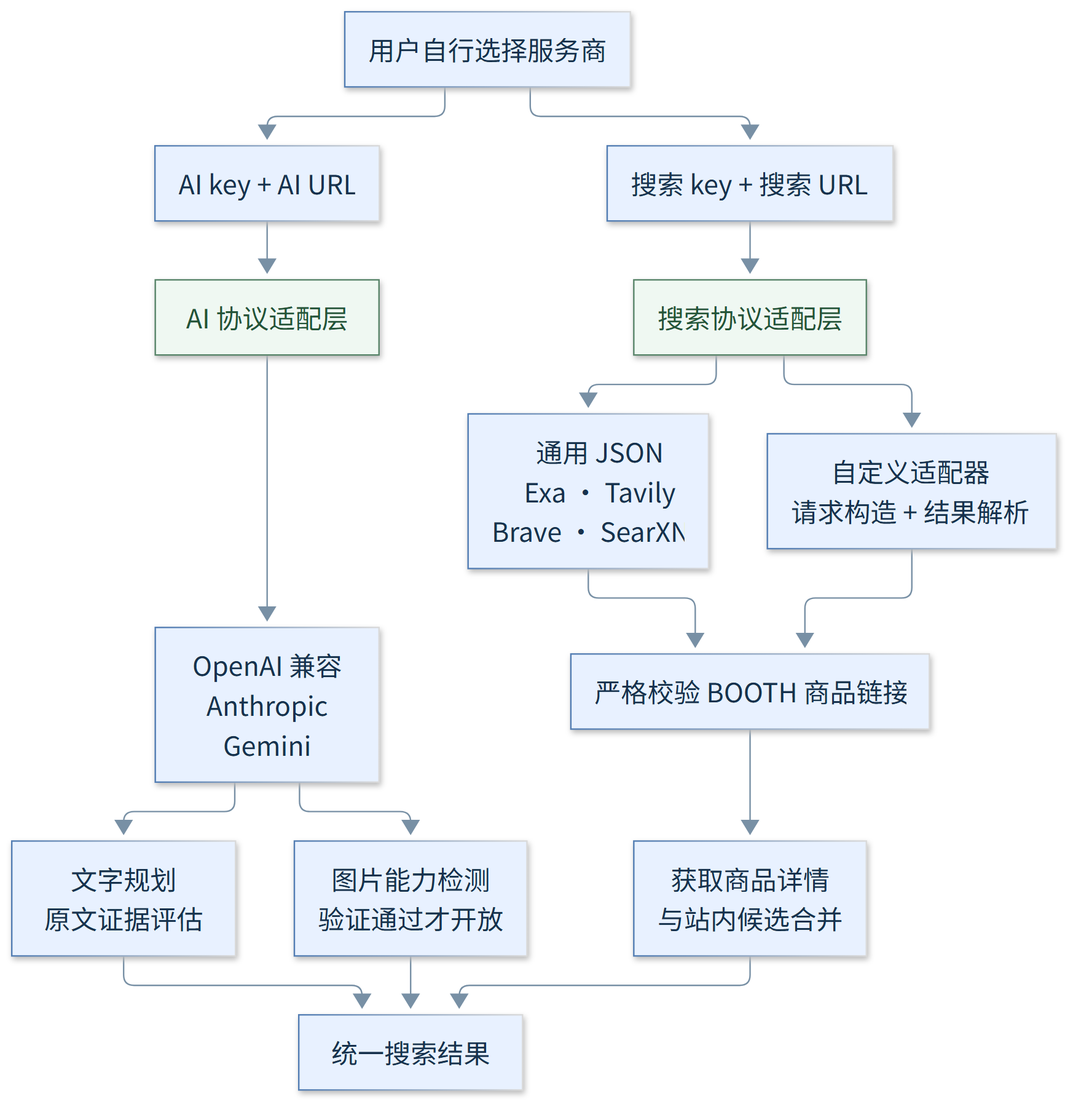
The Mermaid diagram docs/images/provider-interfaces.png in wuhutakeoffyoo/booth-cli, before a commit. Its source is kept beside it as docs/diagrams/provider-interfaces.mmd.
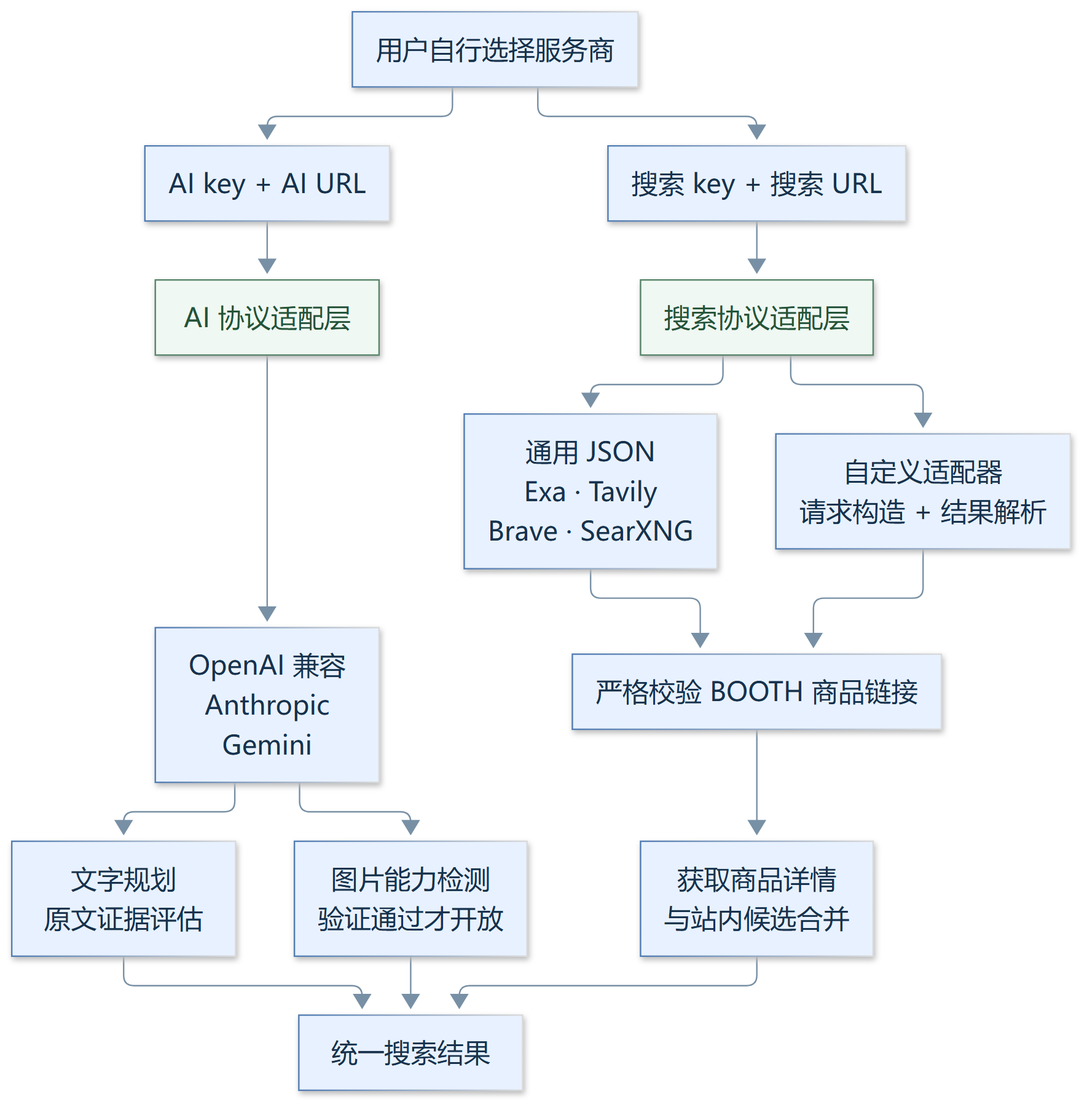
Above is the later version.

Change to the diagram source:
```diff
@@ -1,4 +1,4 @@
-%%{init: {"markdownAutoWrap":false,"theme":"base","themeVariables":{"fontFamily":"Noto Sans CJK SC, Microsoft YaHei, sans-serif","fontSize":"18px","primaryColor":"#e8f1ff","primaryBorderColor":"#527db3","primaryTextColor":"#17324d","lineColor":"#7890a5","secondaryColor":"#eff8f2","tertiaryColor":"#fff6e6"},"flowchart":{"curve":"basis","wrappingWidth":400,"nodeSpacing":35,"rankSpacing":45}}}%%
+%%{init: {"markdownAutoWrap":false,"fontFamily":"Microsoft YaHei","fontSize":18,"theme":"base","themeVariables":{"fontFamily":"Noto Sans CJK SC, Microsoft YaHei, sans-serif","fontSize":"18px","primaryColor":"#e8f1ff","primaryBorderColor":"#527db3","primaryTextColor":"#17324d","lineColor":"#7890a5","secondaryColor":"#eff8f2","tertiaryColor":"#fff6e6"},"flowchart":{"curve":"basis","wrappingWidth":400,"nodeSpacing":35,"rankSpacing":45}}}%%
 flowchart TD
     A["用户自行选择服务商"] --> B["AI key + AI URL"]
     A --> C["搜索 key + 搜索 URL"]
```
